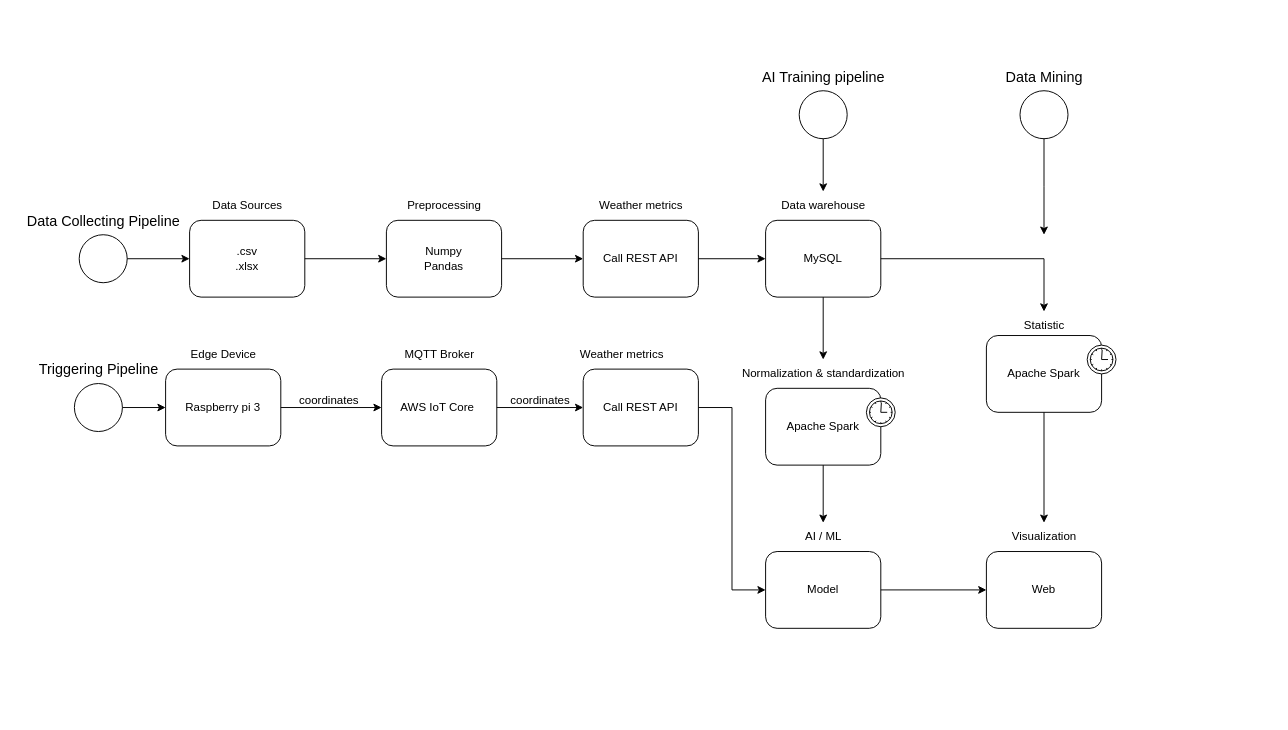
This is document/design/system_diagram.drawio from jeremy0612/landslide_monitoring_system, a draw.io file, before an edit. Source tidied: cells renumbered, new cells numbered last; positions are measured from the earlier drawing's top-left corner, leaving out a move shared by most shapes. Both pictures are drawn from the tidied source at 96%, with x=0, y=0 at pixel (16, 61).
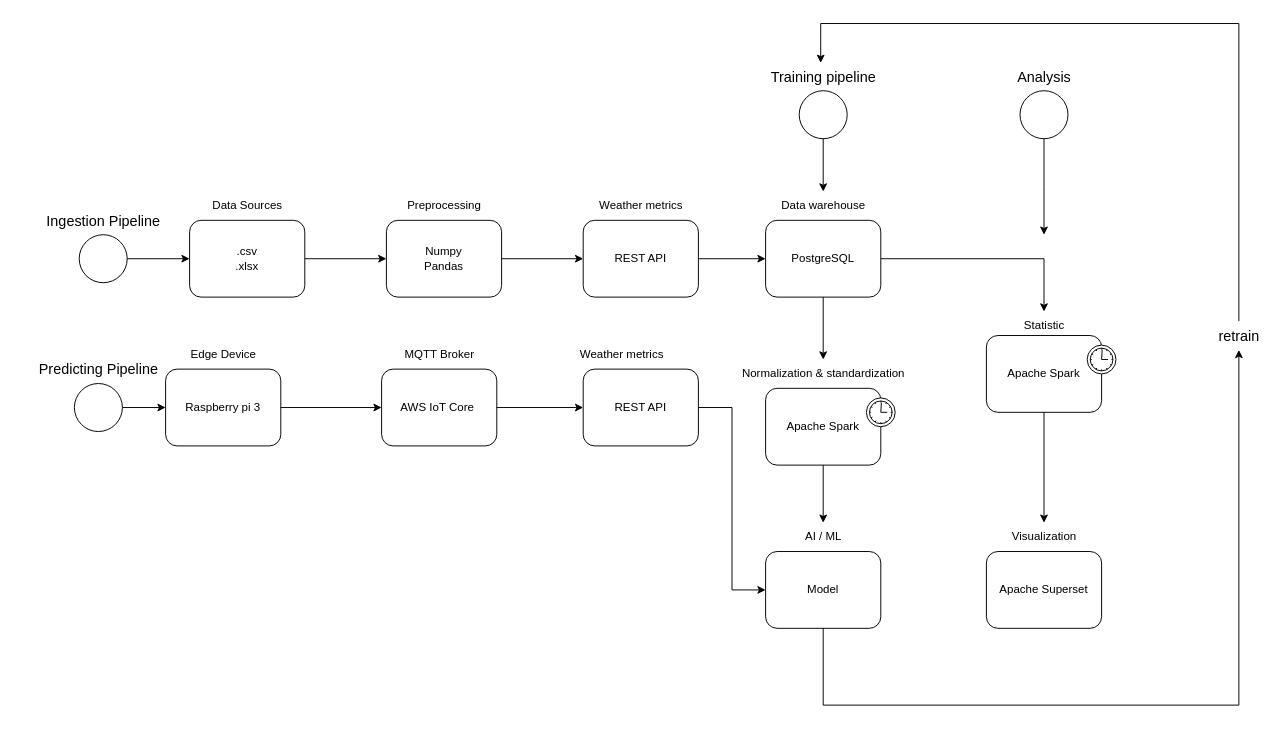
The same page after the edit.

Unchanged cells that the change refers to:
```xml
<mxCell id="34" value="Model" style="shape=ext;rounded=1;html=1;whiteSpace=wrap;" parent="1" vertex="1">
  <mxGeometry x="780" y="510" width="120" height="80" as="geometry" />
</mxCell>
```

The edit, as a diff of the source:
```diff
@@
-    <mxCell id="7" value="MySQL" style="shape=ext;rounded=1;html=1;whiteSpace=wrap;" parent="1" vertex="1">
+    <mxCell id="7" value="PostgreSQL" style="shape=ext;rounded=1;html=1;whiteSpace=wrap;" parent="1" vertex="1">
       <mxGeometry x="780" y="165" width="120" height="80" as="geometry" />
     </mxCell>
@@
-    <mxCell id="12" value="Call REST API" style="shape=ext;rounded=1;html=1;whiteSpace=wrap;" parent="1" vertex="1">
+    <mxCell id="12" value="REST API" style="shape=ext;rounded=1;html=1;whiteSpace=wrap;" parent="1" vertex="1">
       <mxGeometry x="590" y="165" width="120" height="80" as="geometry" />
     </mxCell>
@@
-    <mxCell id="21" value="AI Training pipeline" style="text;html=1;align=center;verticalAlign=middle;points=[];strokeColor=none;fillColor=none;fontSize=15;" parent="1" vertex="1">
-      <mxGeometry x="765" width="150" height="30" as="geometry" />
+    <mxCell id="21" value="Training pipeline" style="text;html=1;align=center;verticalAlign=middle;points=[];strokeColor=none;fillColor=none;fontSize=15;" parent="1" vertex="1">
+      <mxGeometry x="775" width="130" height="30" as="geometry" />
     </mxCell>
-    <mxCell id="22" value="Data Collecting Pipeline" style="text;html=1;align=center;verticalAlign=middle;strokeColor=none;fillColor=none;fontSize=15;" parent="1" vertex="1">
-      <mxGeometry y="150" width="180" height="30" as="geometry" />
+    <mxCell id="22" value="Ingestion Pipeline" style="text;html=1;align=center;verticalAlign=middle;strokeColor=none;fillColor=none;fontSize=15;" parent="1" vertex="1">
+      <mxGeometry x="20" y="150" width="140" height="30" as="geometry" />
     </mxCell>
@@
-    <mxCell id="29" value="Call REST API" style="shape=ext;rounded=1;html=1;whiteSpace=wrap;" parent="1" vertex="1">
+    <mxCell id="29" value="REST API" style="shape=ext;rounded=1;html=1;whiteSpace=wrap;" parent="1" vertex="1">
       <mxGeometry x="590" y="320" width="120" height="80" as="geometry" />
     </mxCell>
@@
-    <mxCell id="33" value="Triggering Pipeline" style="text;html=1;align=center;verticalAlign=middle;strokeColor=none;fillColor=none;fontSize=15;" parent="1" vertex="1">
+    <mxCell id="33" value="Predicting Pipeline" style="text;html=1;align=center;verticalAlign=middle;strokeColor=none;fillColor=none;fontSize=15;" parent="1" vertex="1">
       <mxGeometry x="10" y="305" width="150" height="30" as="geometry" />
     </mxCell>
@@
-    <mxCell id="42" value="coordinates" style="text;html=1;align=center;verticalAlign=middle;strokeColor=none;fillColor=none;" parent="1" vertex="1">
-      <mxGeometry x="280" y="338" width="90" height="30" as="geometry" />
-    </mxCell>
-    <mxCell id="43" value="coordinates" style="text;html=1;align=center;verticalAlign=middle;strokeColor=none;fillColor=none;" parent="1" vertex="1">
-      <mxGeometry x="500" y="338" width="90" height="30" as="geometry" />
-    </mxCell>
-    <mxCell id="44" style="edgeStyle=orthogonalEdgeStyle;rounded=0;html=1;jettySize=auto;entryX=0;entryY=0.5;entryDx=0;entryDy=0;exitX=1;exitY=0.5;exitDx=0;exitDy=0;" parent="1" edge="1" source="34" target="45">
-      <mxGeometry relative="1" as="geometry" />
-    </mxCell>
-    <mxCell id="45" value="Web" style="shape=ext;rounded=1;html=1;whiteSpace=wrap;" parent="1" vertex="1">
+    <mxCell id="45" value="Apache Superset" style="shape=ext;rounded=1;html=1;whiteSpace=wrap;" parent="1" vertex="1">
       <mxGeometry x="1010" y="510" width="120" height="80" as="geometry" />
     </mxCell>
@@
-    <mxCell id="50" value="Data Mining" style="text;html=1;align=center;verticalAlign=middle;strokeColor=none;fillColor=none;fontSize=15;" parent="1" vertex="1">
-      <mxGeometry x="1020" width="100" height="30" as="geometry" />
+    <mxCell id="50" value="Analysis" style="text;html=1;align=center;verticalAlign=middle;strokeColor=none;fillColor=none;fontSize=15;" parent="1" vertex="1">
+      <mxGeometry x="1030" width="80" height="30" as="geometry" />
     </mxCell>
+    <mxCell id="51" style="edgeStyle=orthogonalEdgeStyle;rounded=0;html=1;jettySize=auto;exitX=0.5;exitY=1;exitDx=0;exitDy=0;" parent="1" edge="1" source="34" target="53">
+      <mxGeometry relative="1" as="geometry">
+        <Array as="points">
+          <mxPoint x="840" y="670" />
+          <mxPoint x="1273" y="670" />
+        </Array>
+      </mxGeometry>
+    </mxCell>
+    <mxCell id="52" style="edgeStyle=orthogonalEdgeStyle;rounded=0;html=1;jettySize=auto;entryX=0.48;entryY=0.033;entryDx=0;entryDy=0;entryPerimeter=0;" parent="1" edge="1" source="53" target="21">
+      <mxGeometry relative="1" as="geometry">
+        <Array as="points">
+          <mxPoint x="1273" y="-40" />
+          <mxPoint x="837" y="-40" />
+        </Array>
+      </mxGeometry>
+    </mxCell>
+    <mxCell id="53" value="retrain" style="text;html=1;align=center;verticalAlign=middle;points=[];strokeColor=none;fillColor=none;fontSize=15;" parent="1" vertex="1">
+      <mxGeometry x="1238" y="270" width="70" height="30" as="geometry" />
+    </mxCell>
```
